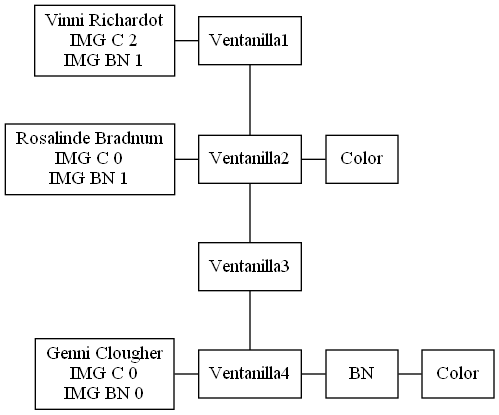
Earlier version of the Graphviz export Fase1/listaVentanillas.png (d-acetun/simulacion-sistema-impresion-de-imagenes). Its source is kept beside it as Fase1/listaVentanillas.dot.
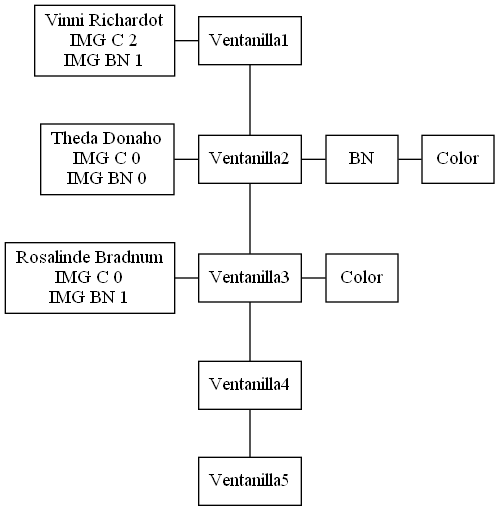
Above is the later version.

The edit, as a diff of the source:
```diff
@@ -4,27 +4,29 @@
 0 [label=Ventanilla1]
 1 [label="Vinni Richardot\nIMG C 2\nIMG BN 1"]
 2 [label=Ventanilla2]
-3 [label="Rosalinde Bradnum\nIMG C 0\nIMG BN 1"]
-4[label=Color]
-5 [label=Ventanilla3]
-6 [label=Ventanilla4]
-7 [label="Genni Clougher\nIMG C 0\nIMG BN 0"]
-8[label=BN]
-9[label=Color]
+3 [label="Theda Donaho\nIMG C 0\nIMG BN 0"]
+4[label=BN]
+5[label=Color]
+6 [label=Ventanilla3]
+7 [label="Rosalinde Bradnum\nIMG C 0\nIMG BN 1"]
+8[label=Color]
+9 [label=Ventanilla4]
+10 [label=Ventanilla5]
 1->0
 0->2
 3->2
 2->4
-2->5
-5->6
+4->5
+2->6
 7->6
 6->8
-8->9
+6->9
+9->10
 {rank=same; 1; 0}
 {rank=same; 3; 2}
 {rank=same; 2; 4}
+{rank=same; 4; 5}
 {rank=same; 7; 6}
 {rank=same; 6; 8}
-{rank=same; 8; 9}
 rankdir=TB
 }
```
